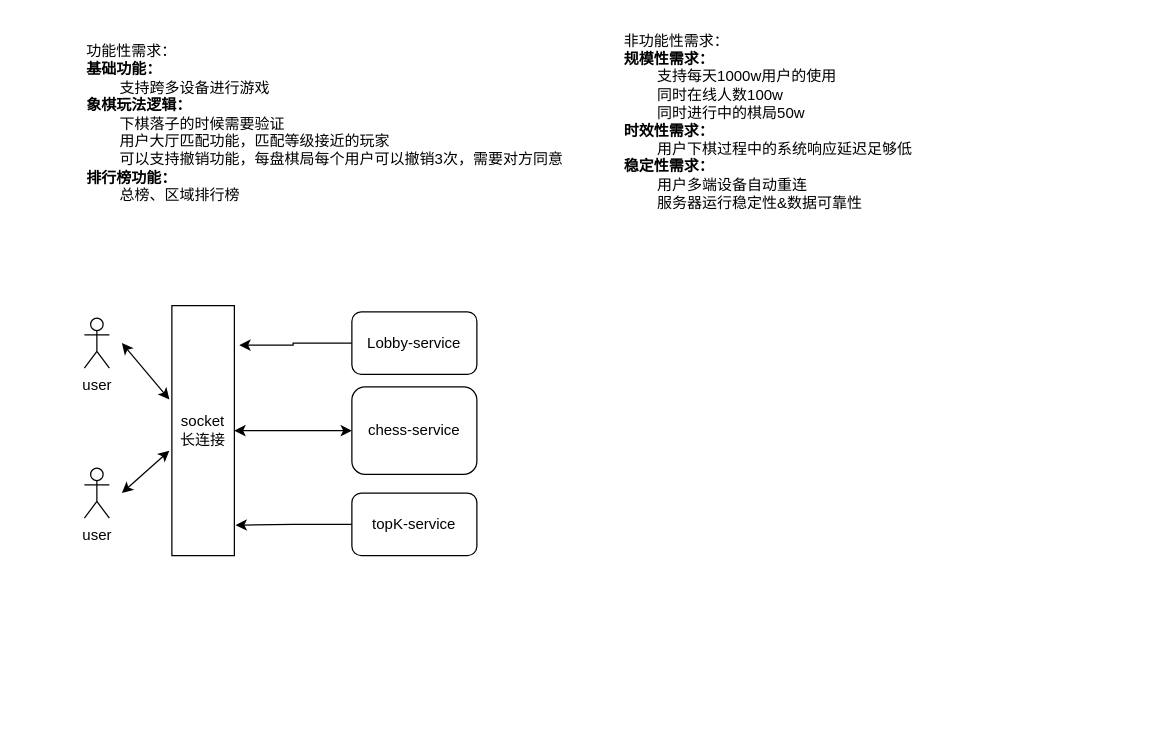
Above: 在线国际象棋.drawio in ShayneL/my-drawio (draw.io), before the change. Source tidied: cells renumbered, new cells numbered last; positions are measured from the earlier drawing's top-left corner, leaving out a move shared by most shapes. Both pictures are drawn from the tidied source at 125%, with x=0, y=0 at pixel (84, 21).
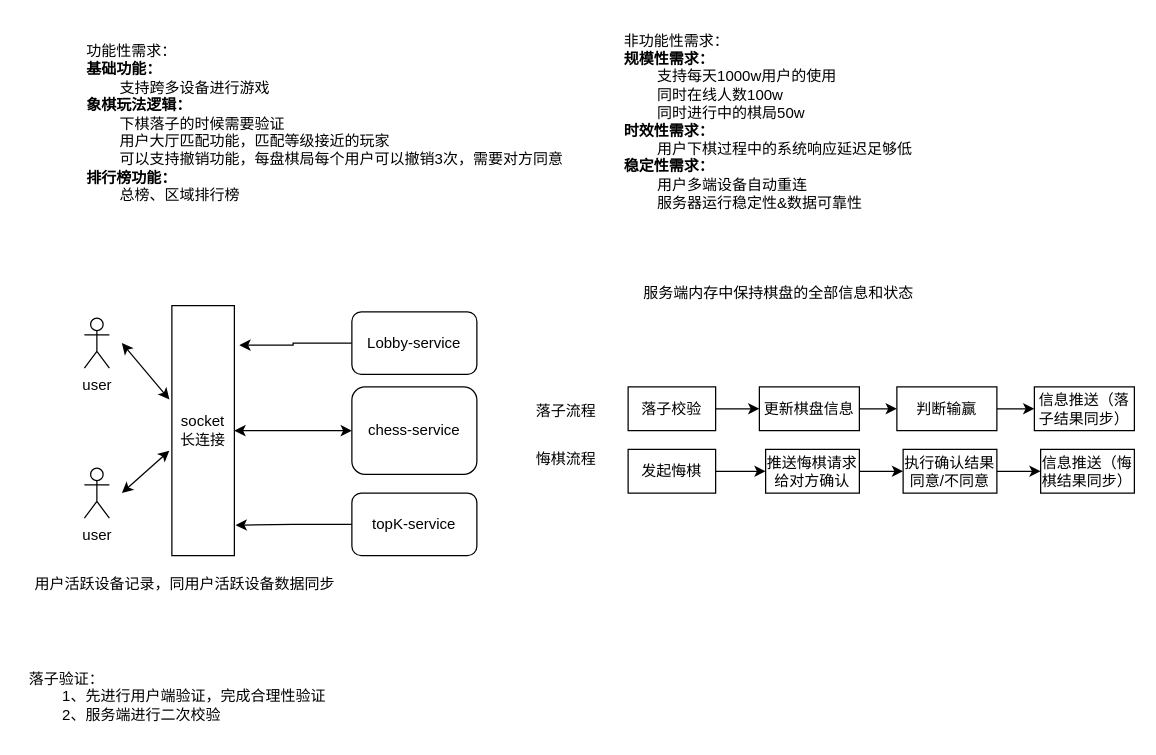
Above is the later version.

Commit message (it also covers changes not shown here):
更新在线国际象棋.drawio

Change to the diagram source:
```diff
@@
+    <mxCell id="15" value="用户活跃设备记录，同用户活跃设备数据同步" style="text;html=1;align=center;verticalAlign=middle;strokeColor=none;fillColor=none;" parent="1" vertex="1">
+      <mxGeometry x="-50" y="435" width="260" height="30" as="geometry" />
+    </mxCell>
+    <mxCell id="16" value="落子验证：&lt;div&gt;&lt;span style=&quot;white-space: pre;&quot;&gt;&#9;&lt;/span&gt;1、先进行用户端验证，完成合理性验证&lt;br&gt;&lt;/div&gt;&lt;div&gt;&lt;span style=&quot;white-space: pre;&quot;&gt;&#9;&lt;/span&gt;2、服务端进行二次校验&lt;br&gt;&lt;/div&gt;" style="text;html=1;align=left;verticalAlign=middle;strokeColor=none;fillColor=none;" parent="1" vertex="1">
+      <mxGeometry x="-46" y="510" width="260" height="60" as="geometry" />
+    </mxCell>
+    <mxCell id="17" value="服务端内存中保持棋盘的全部信息和状态" style="text;html=1;align=center;verticalAlign=middle;strokeColor=none;fillColor=none;" parent="1" vertex="1">
+      <mxGeometry x="435" y="202" width="240" height="30" as="geometry" />
+    </mxCell>
+    <mxCell id="18" style="edgeStyle=orthogonalEdgeStyle;rounded=0;jettySize=auto;html=1;" parent="1" edge="1" source="19" target="22">
+      <mxGeometry relative="1" as="geometry" />
+    </mxCell>
+    <mxCell id="19" value="落子校验" style="rounded=0;whiteSpace=wrap;html=1;" parent="1" vertex="1">
+      <mxGeometry x="435" y="292" width="70" height="35" as="geometry" />
+    </mxCell>
+    <mxCell id="20" value="落子流程" style="text;html=1;align=center;verticalAlign=middle;strokeColor=none;fillColor=none;" parent="1" vertex="1">
+      <mxGeometry x="350" y="297" width="70" height="30" as="geometry" />
+    </mxCell>
+    <mxCell id="21" style="edgeStyle=orthogonalEdgeStyle;rounded=0;jettySize=auto;html=1;" parent="1" edge="1" source="22" target="24">
+      <mxGeometry relative="1" as="geometry" />
+    </mxCell>
+    <mxCell id="22" value="更新棋盘信息" style="rounded=0;whiteSpace=wrap;html=1;" parent="1" vertex="1">
+      <mxGeometry x="540" y="292" width="80" height="35" as="geometry" />
+    </mxCell>
+    <mxCell id="23" style="edgeStyle=orthogonalEdgeStyle;rounded=0;jettySize=auto;html=1;" parent="1" edge="1" source="24" target="25">
+      <mxGeometry relative="1" as="geometry" />
+    </mxCell>
+    <mxCell id="24" value="判断输赢" style="rounded=0;whiteSpace=wrap;html=1;" parent="1" vertex="1">
+      <mxGeometry x="650" y="292" width="80" height="35" as="geometry" />
+    </mxCell>
+    <mxCell id="25" value="信息推送（落子结果同步）" style="rounded=0;whiteSpace=wrap;html=1;" parent="1" vertex="1">
+      <mxGeometry x="760" y="292" width="80" height="35" as="geometry" />
+    </mxCell>
+    <mxCell id="26" value="悔棋流程" style="text;html=1;align=center;verticalAlign=middle;strokeColor=none;fillColor=none;" parent="1" vertex="1">
+      <mxGeometry x="350" y="335" width="70" height="30" as="geometry" />
+    </mxCell>
+    <mxCell id="27" style="edgeStyle=orthogonalEdgeStyle;rounded=0;jettySize=auto;html=1;" parent="1" edge="1" source="28" target="30">
+      <mxGeometry relative="1" as="geometry" />
+    </mxCell>
+    <mxCell id="28" value="发起悔棋" style="rounded=0;whiteSpace=wrap;html=1;" parent="1" vertex="1">
+      <mxGeometry x="435" y="342" width="70" height="35" as="geometry" />
+    </mxCell>
+    <mxCell id="29" style="edgeStyle=orthogonalEdgeStyle;rounded=0;jettySize=auto;html=1;" parent="1" edge="1" source="30" target="32">
+      <mxGeometry relative="1" as="geometry" />
+    </mxCell>
+    <mxCell id="30" value="推送悔棋请求给对方确认" style="rounded=0;whiteSpace=wrap;html=1;" parent="1" vertex="1">
+      <mxGeometry x="545" y="342" width="75" height="35" as="geometry" />
+    </mxCell>
+    <mxCell id="31" style="edgeStyle=orthogonalEdgeStyle;rounded=0;jettySize=auto;html=1;" parent="1" edge="1" source="32" target="33">
+      <mxGeometry relative="1" as="geometry" />
+    </mxCell>
+    <mxCell id="32" value="执行确认结果&lt;div&gt;同意/不同意&lt;/div&gt;" style="rounded=0;whiteSpace=wrap;html=1;" parent="1" vertex="1">
+      <mxGeometry x="655" y="342" width="75" height="35" as="geometry" />
+    </mxCell>
+    <mxCell id="33" value="信息推送（悔棋结果同步）" style="rounded=0;whiteSpace=wrap;html=1;" parent="1" vertex="1">
+      <mxGeometry x="765" y="342" width="75" height="35" as="geometry" />
+    </mxCell>
```
